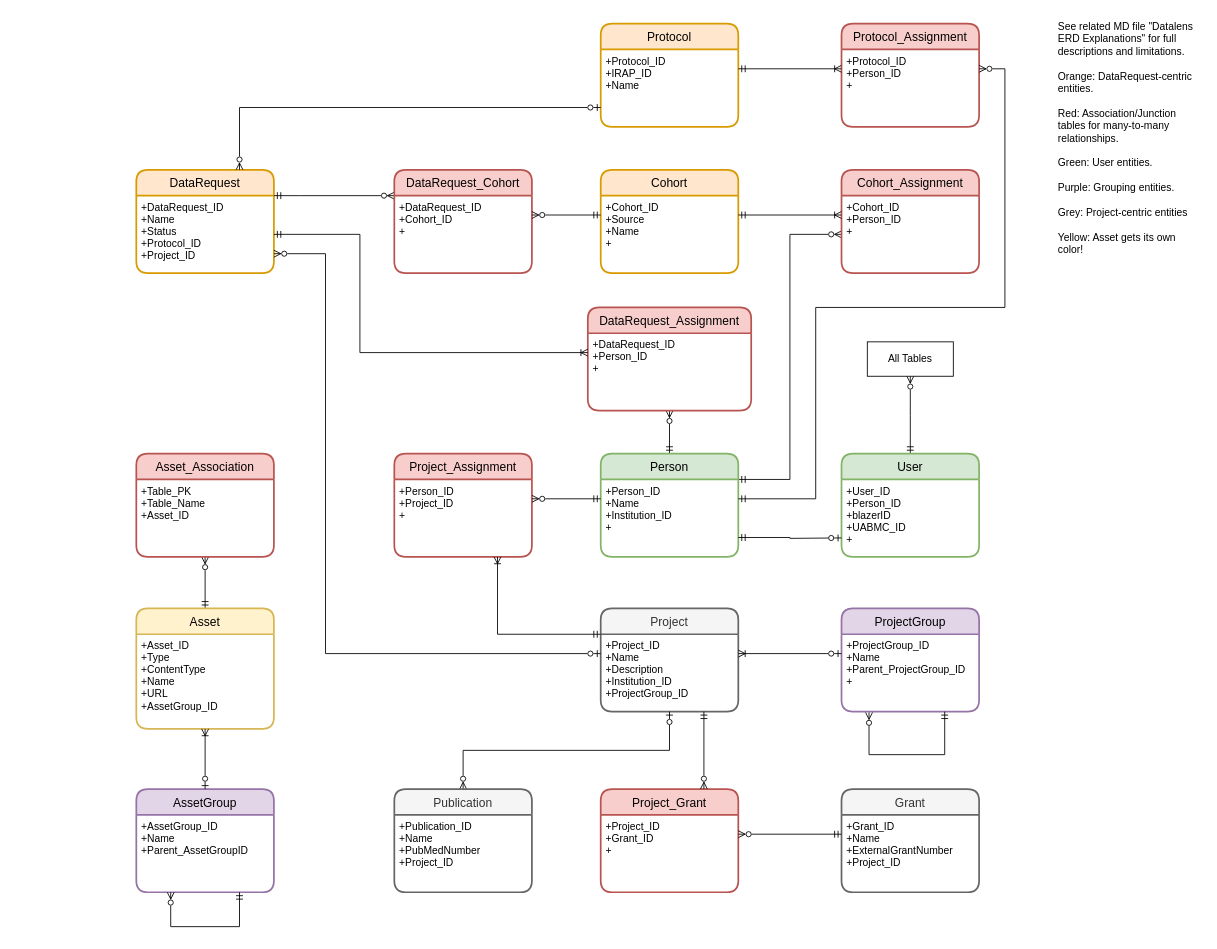
Before: page "All tables" (9 of 9) of DataLens ERD.drawio in ntimkovich/UAB-II-Diagrams, a draw.io diagram. Source tidied: cells renumbered, new cells numbered last; positions are measured from the earlier drawing's top-left corner, leaving out a move shared by most shapes. Both pictures are drawn from the tidied source at 86%, with x=0, y=0 at pixel (136, 15).
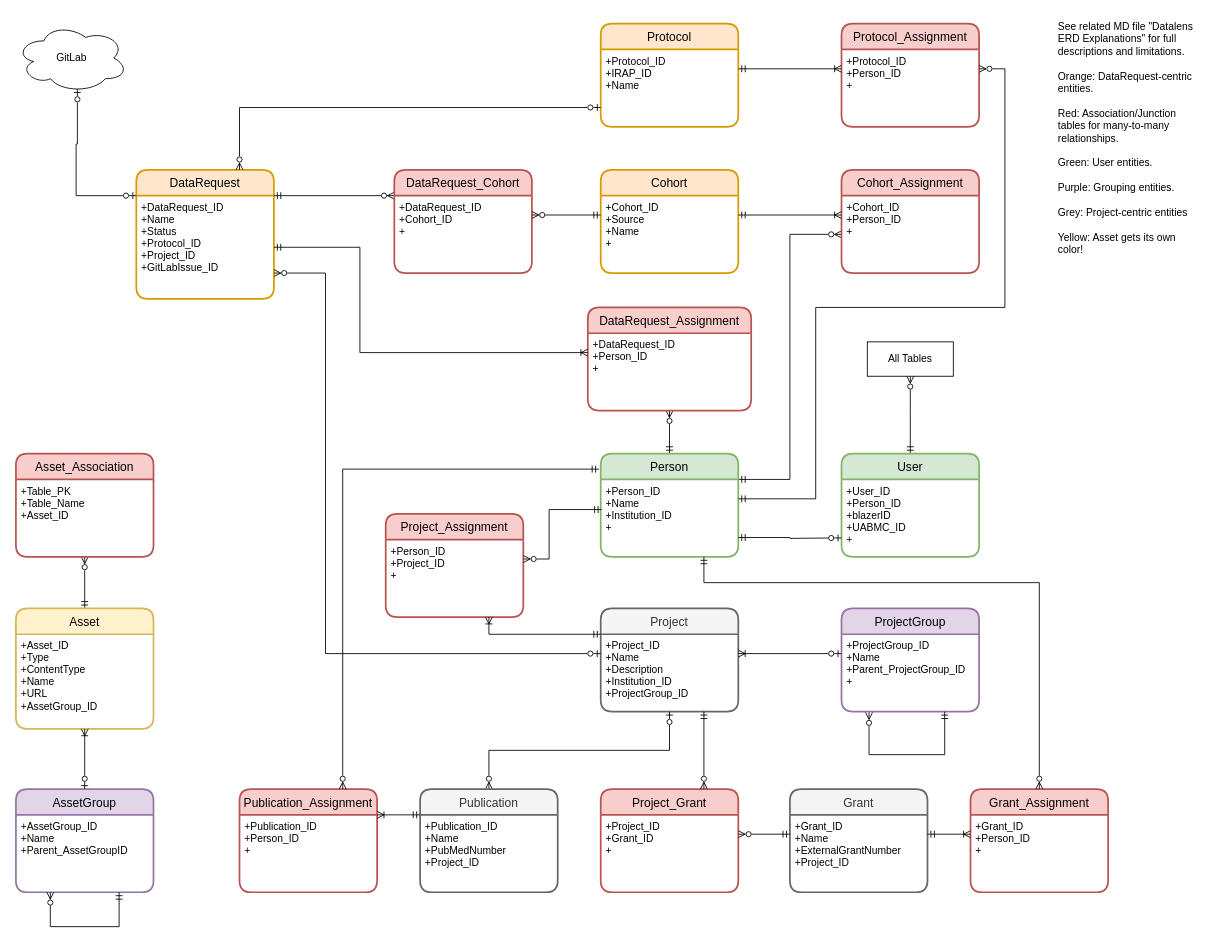
After the change.

The change refers to these unchanged cells:
```xml
<mxCell id="10" value="Person" style="swimlane;horizontal=1;startSize=30;rounded=1;fontSize=14;fontStyle=0;strokeWidth=2;shadow=0;dashed=0;align=center;fillColor=#d5e8d4;strokeColor=#82b366;" parent="1" vertex="1">
  <mxGeometry x="540" y="510" width="160" height="120" as="geometry" />
</mxCell>
<mxCell id="11" value="+Person_ID&#10;+Name&#10;+Institution_ID&#10;+" style="align=left;strokeColor=none;fillColor=none;spacingLeft=4;fontSize=12;verticalAlign=top;" parent="10" vertex="1">
  <mxGeometry y="30" width="160" height="90" as="geometry" />
</mxCell>
<mxCell id="16" value="+Project_ID&#10;+Name&#10;+Description&#10;+Institution_ID&#10;+ProjectGroup_ID" style="align=left;strokeColor=none;fillColor=none;spacingLeft=4;fontSize=12;verticalAlign=top;" parent="15" vertex="1">
  <mxGeometry y="30" width="160" height="90" as="geometry" />
</mxCell>
<mxCell id="22" value="+DataRequest_ID&#10;+Person_ID&#10;+" style="align=left;strokeColor=none;fillColor=none;spacingLeft=4;fontSize=12;verticalAlign=top;" parent="21" vertex="1">
  <mxGeometry y="30" width="190" height="90" as="geometry" />
</mxCell>
<mxCell id="46" value="+Publication_ID&#10;+Name&#10;+PubMedNumber&#10;+Project_ID" style="align=left;strokeColor=none;fillColor=none;spacingLeft=4;fontSize=12;verticalAlign=top;" parent="45" vertex="1">
  <mxGeometry y="30" width="160" height="90" as="geometry" />
</mxCell>
<mxCell id="48" value="+Grant_ID&#10;+Name&#10;+ExternalGrantNumber&#10;+Project_ID" style="align=left;strokeColor=none;fillColor=none;spacingLeft=4;fontSize=12;verticalAlign=top;" parent="47" vertex="1">
  <mxGeometry y="30" width="160" height="90" as="geometry" />
</mxCell>
<mxCell id="54" value="+Person_ID&#10;+Project_ID&#10;+" style="align=left;strokeColor=none;fillColor=none;spacingLeft=4;fontSize=12;verticalAlign=top;" parent="53" vertex="1">
  <mxGeometry y="30" width="160" height="90" as="geometry" />
</mxCell>
```

What changed in the source:
```diff
@@
     <mxCell id="2" value="DataRequest" style="swimlane;horizontal=1;startSize=30;rounded=1;fontSize=14;fontStyle=0;strokeWidth=2;shadow=0;dashed=0;align=center;fillColor=#ffe6cc;strokeColor=#d79b00;" parent="1" vertex="1">
-      <mxGeometry y="180" width="160" height="120" as="geometry" />
+      <mxGeometry y="180" width="160" height="150" as="geometry" />
     </mxCell>
-    <mxCell id="3" value="+DataRequest_ID&#10;+Name&#10;+Status&#10;+Protocol_ID&#10;+Project_ID" style="align=left;strokeColor=none;fillColor=none;spacingLeft=4;fontSize=12;verticalAlign=top;" parent="2" vertex="1">
-      <mxGeometry y="30" width="160" height="90" as="geometry" />
+    <mxCell id="3" value="+DataRequest_ID&#10;+Name&#10;+Status&#10;+Protocol_ID&#10;+Project_ID&#10;+GitLabIssue_ID" style="align=left;strokeColor=none;fillColor=none;spacingLeft=4;fontSize=12;verticalAlign=top;" parent="2" vertex="1">
+      <mxGeometry y="30" width="160" height="120" as="geometry" />
     </mxCell>
@@
     <mxCell id="18" style="edgeStyle=orthogonalEdgeStyle;rounded=0;jettySize=auto;html=1;exitX=1;exitY=0.75;exitDx=0;exitDy=0;entryX=0;entryY=0.25;entryDx=0;entryDy=0;startArrow=ERzeroToMany;startFill=0;endArrow=ERzeroToOne;endFill=0;" parent="1" edge="1" source="3" target="16">
       <mxGeometry relative="1" as="geometry">
         <Array as="points">
-          <mxPoint x="220" y="278" />
+          <mxPoint x="220" y="300" />
           <mxPoint x="220" y="743" />
         </Array>
       </mxGeometry>
     </mxCell>
@@
     <mxCell id="20" value="See related MD file &quot;Datalens ERD Explanations&quot; for full descriptions and limitations.&lt;br&gt;&lt;br&gt;Orange: DataRequest-centric entities.&lt;br&gt;&lt;br&gt;Red: Association/Junction tables for many-to-many relationships.&lt;br&gt;&lt;br&gt;Green: User entities.&lt;br&gt;&lt;br&gt;Purple: Grouping entities.&lt;br&gt;&lt;br&gt;Grey: Project-centric entities&lt;br&gt;&lt;br&gt;Yellow: Asset gets its own color!" style="text;html=1;strokeColor=none;fillColor=none;align=left;verticalAlign=top;whiteSpace=wrap;rounded=0;" parent="1" vertex="1">
-      <mxGeometry x="1070" width="170" height="820" as="geometry" />
+      <mxGeometry x="1070" width="170" height="310" as="geometry" />
     </mxCell>
@@
     <mxCell id="23" style="edgeStyle=orthogonalEdgeStyle;rounded=0;jettySize=auto;html=1;exitX=1;exitY=0.5;exitDx=0;exitDy=0;entryX=0;entryY=0.25;entryDx=0;entryDy=0;startArrow=ERmandOne;startFill=0;endArrow=ERoneToMany;endFill=0;" parent="1" edge="1" source="3" target="22">
       <mxGeometry relative="1" as="geometry">
         <Array as="points">
-          <mxPoint x="260" y="255" />
+          <mxPoint x="260" y="270" />
           <mxPoint x="260" y="393" />
         </Array>
       </mxGeometry>
     </mxCell>
@@
     <mxCell id="25" value="Asset" style="swimlane;horizontal=1;startSize=30;rounded=1;fontSize=14;fontStyle=0;strokeWidth=2;shadow=0;dashed=0;align=center;fillColor=#fff2cc;strokeColor=#d6b656;" parent="1" vertex="1">
-      <mxGeometry y="690" width="160" height="140" as="geometry" />
+      <mxGeometry x="-140" y="690" width="160" height="140" as="geometry" />
     </mxCell>
@@
     <mxCell id="27" value="Asset_Association" style="swimlane;horizontal=1;startSize=30;rounded=1;fontSize=14;fontStyle=0;strokeWidth=2;shadow=0;dashed=0;align=center;fillColor=#f8cecc;strokeColor=#b85450;" parent="1" vertex="1">
-      <mxGeometry y="510" width="160" height="120" as="geometry" />
+      <mxGeometry x="-140" y="510" width="160" height="120" as="geometry" />
     </mxCell>
@@
     <mxCell id="40" value="AssetGroup" style="swimlane;horizontal=1;startSize=30;rounded=1;fontSize=14;fontStyle=0;strokeWidth=2;shadow=0;dashed=0;align=center;fillColor=#e1d5e7;strokeColor=#9673a6;" parent="1" vertex="1">
-      <mxGeometry y="900" width="160" height="120" as="geometry" />
+      <mxGeometry x="-140" y="900" width="160" height="120" as="geometry" />
     </mxCell>
@@
     <mxCell id="45" value="Publication" style="swimlane;horizontal=1;startSize=30;rounded=1;fontSize=14;fontStyle=0;strokeWidth=2;shadow=0;dashed=0;align=center;fillColor=#f5f5f5;fontColor=#333333;strokeColor=#666666;" parent="1" vertex="1">
-      <mxGeometry x="300" y="900" width="160" height="120" as="geometry" />
+      <mxGeometry x="330" y="900" width="160" height="120" as="geometry" />
     </mxCell>
@@
     <mxCell id="47" value="Grant" style="swimlane;horizontal=1;startSize=30;rounded=1;fontSize=14;fontStyle=0;strokeWidth=2;shadow=0;dashed=0;align=center;fillColor=#f5f5f5;fontColor=#333333;strokeColor=#666666;" parent="1" vertex="1">
-      <mxGeometry x="820" y="900" width="160" height="120" as="geometry" />
+      <mxGeometry x="760" y="900" width="160" height="120" as="geometry" />
     </mxCell>
@@
     <mxCell id="53" value="Project_Assignment" style="swimlane;horizontal=1;startSize=30;rounded=1;fontSize=14;fontStyle=0;strokeWidth=2;shadow=0;dashed=0;align=center;fillColor=#f8cecc;strokeColor=#b85450;" parent="1" vertex="1">
-      <mxGeometry x="300" y="510" width="160" height="120" as="geometry" />
+      <mxGeometry x="290" y="580" width="160" height="120" as="geometry" />
     </mxCell>
@@
-    <mxCell id="55" style="edgeStyle=orthogonalEdgeStyle;rounded=0;jettySize=auto;html=1;exitX=1;exitY=0.25;exitDx=0;exitDy=0;entryX=0;entryY=0.25;entryDx=0;entryDy=0;startArrow=ERzeroToMany;startFill=0;endArrow=ERmandOne;endFill=0;" parent="1" edge="1" source="54" target="11">
-      <mxGeometry relative="1" as="geometry" />
+    <mxCell id="55" style="edgeStyle=orthogonalEdgeStyle;rounded=0;jettySize=auto;html=1;entryX=0.006;entryY=0.389;entryDx=0;entryDy=0;startArrow=ERzeroToMany;startFill=0;endArrow=ERmandOne;endFill=0;entryPerimeter=0;exitX=1;exitY=0.25;exitDx=0;exitDy=0;" parent="1" edge="1" source="54" target="11">
+      <mxGeometry relative="1" as="geometry">
+        <Array as="points">
+          <mxPoint x="480" y="633" />
+          <mxPoint x="480" y="575" />
+        </Array>
+      </mxGeometry>
     </mxCell>
@@
+    <mxCell id="62" value="Grant_Assignment" style="swimlane;horizontal=1;startSize=30;rounded=1;fontSize=14;fontStyle=0;strokeWidth=2;shadow=0;dashed=0;align=center;fillColor=#f8cecc;strokeColor=#b85450;" parent="1" vertex="1">
+      <mxGeometry x="970" y="900" width="160" height="120" as="geometry" />
+    </mxCell>
+    <mxCell id="63" value="+Grant_ID&#10;+Person_ID&#10;+" style="align=left;strokeColor=none;fillColor=none;spacingLeft=4;fontSize=12;verticalAlign=top;" parent="62" vertex="1">
+      <mxGeometry y="30" width="160" height="90" as="geometry" />
+    </mxCell>
+    <mxCell id="64" style="edgeStyle=orthogonalEdgeStyle;rounded=0;jettySize=auto;html=1;exitX=0.75;exitY=1;exitDx=0;exitDy=0;entryX=0.5;entryY=0;entryDx=0;entryDy=0;startArrow=ERmandOne;startFill=0;endArrow=ERzeroToMany;endFill=0;" parent="1" edge="1" source="11" target="62">
+      <mxGeometry relative="1" as="geometry">
+        <Array as="points">
+          <mxPoint x="660" y="660" />
+          <mxPoint x="1050" y="660" />
+        </Array>
+      </mxGeometry>
+    </mxCell>
+    <mxCell id="65" style="edgeStyle=orthogonalEdgeStyle;rounded=0;jettySize=auto;html=1;exitX=0;exitY=0.25;exitDx=0;exitDy=0;entryX=1;entryY=0.25;entryDx=0;entryDy=0;startArrow=ERoneToMany;startFill=0;endArrow=ERmandOne;endFill=0;" parent="1" edge="1" source="63" target="48">
+      <mxGeometry relative="1" as="geometry" />
+    </mxCell>
+    <mxCell id="66" value="Publication_Assignment" style="swimlane;horizontal=1;startSize=30;rounded=1;fontSize=14;fontStyle=0;strokeWidth=2;shadow=0;dashed=0;align=center;fillColor=#f8cecc;strokeColor=#b85450;" parent="1" vertex="1">
+      <mxGeometry x="120" y="900" width="160" height="120" as="geometry" />
+    </mxCell>
+    <mxCell id="67" value="+Publication_ID&#10;+Person_ID&#10;+" style="align=left;strokeColor=none;fillColor=none;spacingLeft=4;fontSize=12;verticalAlign=top;" parent="66" vertex="1">
+      <mxGeometry y="30" width="160" height="90" as="geometry" />
+    </mxCell>
+    <mxCell id="68" style="edgeStyle=orthogonalEdgeStyle;rounded=0;jettySize=auto;html=1;exitX=1;exitY=0;exitDx=0;exitDy=0;entryX=0;entryY=0;entryDx=0;entryDy=0;startArrow=ERoneToMany;startFill=0;endArrow=ERmandOne;endFill=0;" parent="1" edge="1" source="67" target="46">
+      <mxGeometry relative="1" as="geometry">
+        <Array as="points">
+          <mxPoint x="300" y="930" />
+          <mxPoint x="300" y="930" />
+        </Array>
+      </mxGeometry>
+    </mxCell>
+    <mxCell id="69" style="edgeStyle=orthogonalEdgeStyle;rounded=0;jettySize=auto;html=1;exitX=-0.012;exitY=0.15;exitDx=0;exitDy=0;entryX=0.75;entryY=0;entryDx=0;entryDy=0;startArrow=ERmandOne;startFill=0;endArrow=ERzeroToMany;endFill=0;exitPerimeter=0;" parent="1" edge="1" source="10" target="66">
+      <mxGeometry relative="1" as="geometry">
+        <Array as="points">
+          <mxPoint x="240" y="528" />
+        </Array>
+      </mxGeometry>
+    </mxCell>
+    <mxCell id="70" style="edgeStyle=orthogonalEdgeStyle;rounded=0;jettySize=auto;html=1;exitX=0;exitY=0;exitDx=0;exitDy=0;startArrow=ERzeroToOne;startFill=0;endArrow=ERzeroToOne;endFill=0;entryX=0.55;entryY=0.95;entryDx=0;entryDy=0;entryPerimeter=0;" parent="1" edge="1" source="3" target="71">
+      <mxGeometry relative="1" as="geometry">
+        <Array as="points">
+          <mxPoint x="-70" y="210" />
+          <mxPoint x="-70" y="150" />
+          <mxPoint x="-68" y="150" />
+        </Array>
+      </mxGeometry>
+    </mxCell>
+    <mxCell id="71" value="GitLab" style="ellipse;shape=cloud;whiteSpace=wrap;html=1;align=center;" parent="1" vertex="1">
+      <mxGeometry x="-140" y="10" width="130" height="80" as="geometry" />
+    </mxCell>
```
